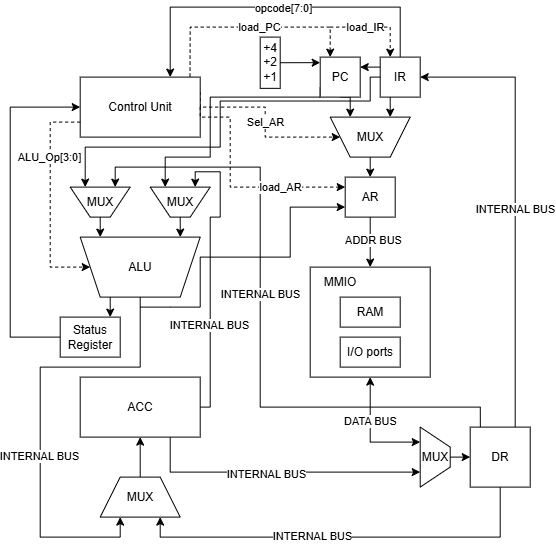
The draw.io diagram схема_acc32_neumann.drawio.png in AlenaLuzhetskaia/Computer-Architecture, before a commit. Source tidied: cells renumbered, new cells last; positions are measured from the earlier drawing's top-left corner, leaving out a move shared by most shapes.
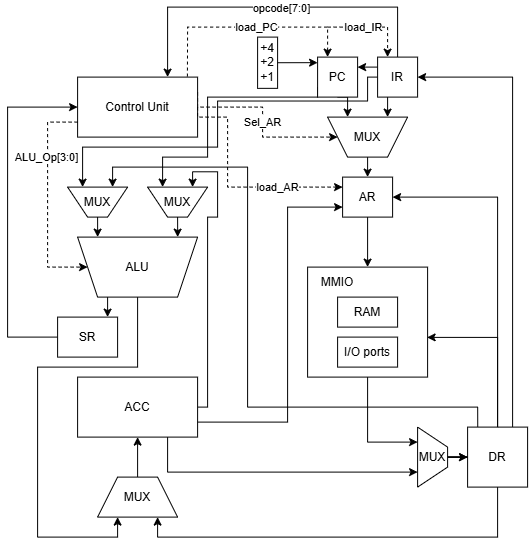
Above is the later version.

Change to the diagram source:
```diff
@@ -17,12 +17,12 @@
         </Array>
       </mxGeometry>
     </mxCell>
-    <mxCell id="4" value="INTERNAL BUS" style="edgeLabel;html=1;align=center;verticalAlign=middle;" parent="3" vertex="1">
-      <mxGeometry x="0.18" y="-1" relative="1" as="geometry" />
-    </mxCell>
     <mxCell id="5" value="ALU" style="shape=trapezoid;perimeter=trapezoidPerimeter;whiteSpace=wrap;html=1;fixedSize=1;direction=west;" parent="1" vertex="1">
       <mxGeometry x="70" y="230" width="120" height="60" as="geometry" />
     </mxCell>
+    <mxCell id="62" style="edgeStyle=orthogonalEdgeStyle;rounded=0;jettySize=auto;html=1;entryX=0.25;entryY=1;entryDx=0;entryDy=0;" parent="1" edge="1" source="6" target="54">
+      <mxGeometry relative="1" as="geometry" />
+    </mxCell>
     <mxCell id="6" style="rounded=0;whiteSpace=wrap;html=1;labelPosition=right;verticalLabelPosition=top;align=left;verticalAlign=bottom;" parent="1" vertex="1">
       <mxGeometry x="300" y="260" width="120" height="110" as="geometry" />
     </mxCell>
@@ -37,15 +37,17 @@
         </Array>
       </mxGeometry>
     </mxCell>
-    <mxCell id="8" value="INTERNAL BUS" style="edgeLabel;html=1;align=center;verticalAlign=middle;" parent="7" vertex="1">
-      <mxGeometry x="-0.38" y="1" relative="1" as="geometry" />
-    </mxCell>
     <mxCell id="9" style="edgeStyle=orthogonalEdgeStyle;rounded=0;jettySize=auto;html=1;exitX=0.75;exitY=1;exitDx=0;exitDy=0;entryX=0.75;entryY=1;entryDx=0;entryDy=0;" parent="1" edge="1" source="11" target="54">
       <mxGeometry relative="1" as="geometry" />
     </mxCell>
-    <mxCell id="10" value="INTERNAL BUS" style="edgeLabel;html=1;align=center;verticalAlign=middle;" parent="9" vertex="1">
-      <mxGeometry x="-0.08" y="-2" relative="1" as="geometry" />
-    </mxCell>
+    <mxCell id="63" style="edgeStyle=orthogonalEdgeStyle;rounded=0;jettySize=auto;html=1;exitX=1;exitY=0.75;exitDx=0;exitDy=0;entryX=0;entryY=0.75;entryDx=0;entryDy=0;" parent="1" edge="1" source="11" target="25">
+      <mxGeometry relative="1" as="geometry">
+        <Array as="points">
+          <mxPoint x="280" y="415" />
+          <mxPoint x="280" y="200" />
+        </Array>
+      </mxGeometry>
+    </mxCell>
     <mxCell id="11" value="ACC" style="rounded=0;whiteSpace=wrap;html=1;" parent="1" vertex="1">
       <mxGeometry x="70" y="370" width="120" height="60" as="geometry" />
     </mxCell>
@@ -105,37 +107,28 @@
     <mxCell id="23" style="edgeStyle=orthogonalEdgeStyle;rounded=0;jettySize=auto;html=1;exitX=0.5;exitY=1;exitDx=0;exitDy=0;entryX=0.5;entryY=0;entryDx=0;entryDy=0;" parent="1" edge="1" source="25" target="6">
       <mxGeometry relative="1" as="geometry" />
     </mxCell>
-    <mxCell id="24" value="ADDR BUS" style="edgeLabel;html=1;align=center;verticalAlign=middle;" parent="23" vertex="1">
-      <mxGeometry x="-0.07" y="3" relative="1" as="geometry" />
-    </mxCell>
     <mxCell id="25" value="AR" style="rounded=0;whiteSpace=wrap;html=1;" parent="1" vertex="1">
       <mxGeometry x="335" y="170" width="50" height="40" as="geometry" />
     </mxCell>
     <mxCell id="26" style="edgeStyle=orthogonalEdgeStyle;rounded=0;jettySize=auto;html=1;exitX=0.75;exitY=0;exitDx=0;exitDy=0;entryX=1;entryY=0.5;entryDx=0;entryDy=0;" parent="1" edge="1" source="32" target="17">
       <mxGeometry relative="1" as="geometry" />
     </mxCell>
-    <mxCell id="27" value="INTERNAL BUS" style="edgeLabel;html=1;align=center;verticalAlign=middle;" parent="26" vertex="1">
-      <mxGeometry x="-0.02" relative="1" as="geometry" />
-    </mxCell>
     <mxCell id="28" style="edgeStyle=orthogonalEdgeStyle;rounded=0;jettySize=auto;html=1;exitX=0.5;exitY=1;exitDx=0;exitDy=0;entryX=0.75;entryY=1;entryDx=0;entryDy=0;" parent="1" edge="1" source="32" target="34">
       <mxGeometry relative="1" as="geometry" />
     </mxCell>
-    <mxCell id="29" value="INTERNAL BUS" style="edgeLabel;html=1;align=center;verticalAlign=middle;" parent="28" vertex="1">
-      <mxGeometry x="0.16" y="-1" relative="1" as="geometry" />
-    </mxCell>
     <mxCell id="30" style="edgeStyle=orthogonalEdgeStyle;rounded=0;jettySize=auto;html=1;exitX=0.169;exitY=0.001;exitDx=0;exitDy=0;entryX=0.25;entryY=1;entryDx=0;entryDy=0;exitPerimeter=0;" parent="1" edge="1" source="32" target="52">
       <mxGeometry relative="1" as="geometry">
         <Array as="points">
           <mxPoint x="470.1" y="400" />
-          <mxPoint x="250" y="400" />
-          <mxPoint x="250" y="160" />
+          <mxPoint x="240" y="400" />
+          <mxPoint x="240" y="160" />
           <mxPoint x="105" y="160" />
         </Array>
       </mxGeometry>
     </mxCell>
-    <mxCell id="31" value="INTERNAL BUS" style="edgeLabel;html=1;align=center;verticalAlign=middle;" parent="30" vertex="1">
-      <mxGeometry x="0.09" relative="1" as="geometry" />
-    </mxCell>
+    <mxCell id="64" style="edgeStyle=orthogonalEdgeStyle;rounded=0;jettySize=auto;html=1;exitX=0.5;exitY=0;exitDx=0;exitDy=0;entryX=1;entryY=0.5;entryDx=0;entryDy=0;" parent="1" edge="1" source="32" target="25">
+      <mxGeometry relative="1" as="geometry" />
+    </mxCell>
     <mxCell id="32" value="DR" style="rounded=0;whiteSpace=wrap;html=1;" parent="1" vertex="1">
       <mxGeometry x="460" y="420" width="60" height="60" as="geometry" />
     </mxCell>
@@ -218,7 +211,7 @@
         </Array>
       </mxGeometry>
     </mxCell>
-    <mxCell id="48" value="Status&lt;div&gt;Register&lt;/div&gt;" style="rounded=0;whiteSpace=wrap;html=1;" parent="1" vertex="1">
+    <mxCell id="48" value="SR" style="rounded=0;whiteSpace=wrap;html=1;" parent="1" vertex="1">
       <mxGeometry x="50" y="310" width="60" height="40" as="geometry" />
     </mxCell>
     <mxCell id="49" value="MMIO" style="text;html=1;whiteSpace=wrap;strokeColor=none;fillColor=none;align=center;verticalAlign=middle;rounded=0;" parent="1" vertex="1">
@@ -236,19 +229,12 @@
     <mxCell id="53" style="edgeStyle=orthogonalEdgeStyle;rounded=0;jettySize=auto;html=1;exitX=0.5;exitY=0;exitDx=0;exitDy=0;entryX=0;entryY=0.5;entryDx=0;entryDy=0;" parent="1" edge="1" source="54" target="32">
       <mxGeometry relative="1" as="geometry" />
     </mxCell>
+    <mxCell id="65" style="edgeStyle=orthogonalEdgeStyle;rounded=0;jettySize=auto;html=1;" parent="1" edge="1" source="54" target="32">
+      <mxGeometry relative="1" as="geometry" />
+    </mxCell>
     <mxCell id="54" value="MUX" style="shape=trapezoid;perimeter=trapezoidPerimeter;whiteSpace=wrap;html=1;fixedSize=1;direction=south;" parent="1" vertex="1">
       <mxGeometry x="410" y="420" width="30" height="60" as="geometry" />
     </mxCell>
-    <mxCell id="55" style="endArrow=classic;startArrow=classic;html=1;rounded=0;entryX=0.5;entryY=1;entryDx=0;entryDy=0;exitX=0.25;exitY=1;exitDx=0;exitDy=0;" parent="1" edge="1" source="54" target="6">
-      <mxGeometry relative="1" as="geometry">
-        <Array as="points">
-          <mxPoint x="360" y="435" />
-        </Array>
-      </mxGeometry>
-    </mxCell>
-    <mxCell id="56" value="DATA BUS" style="edgeLabel;html=1;align=center;verticalAlign=middle;" parent="55" vertex="1">
-      <mxGeometry x="0.23" relative="1" as="geometry" />
-    </mxCell>
     <mxCell id="57" value="MUX" style="shape=trapezoid;perimeter=trapezoidPerimeter;whiteSpace=wrap;html=1;fixedSize=1;direction=west;" parent="1" vertex="1">
       <mxGeometry x="140" y="180" width="60" height="30" as="geometry" />
     </mxCell>
@@ -261,17 +247,12 @@
     <mxCell id="60" style="edgeStyle=orthogonalEdgeStyle;rounded=0;jettySize=auto;html=1;exitX=1;exitY=0.5;exitDx=0;exitDy=0;entryX=0;entryY=0.139;entryDx=0;entryDy=0;entryPerimeter=0;" parent="1" edge="1" source="38" target="20">
       <mxGeometry relative="1" as="geometry" />
     </mxCell>
-    <mxCell id="61" style="endArrow=classic;html=1;rounded=0;entryX=0;entryY=0.75;entryDx=0;entryDy=0;" parent="1" edge="1" target="25">
-      <mxGeometry relative="1" as="geometry">
-        <mxPoint x="130" y="300" as="sourcePoint" />
-        <Array as="points">
-          <mxPoint x="160" y="300" />
-          <mxPoint x="190" y="300" />
-          <mxPoint x="190" y="250" />
-          <mxPoint x="280" y="250" />
-          <mxPoint x="280" y="200" />
-        </Array>
-      </mxGeometry>
-    </mxCell>
+    <mxCell id="66" style="edgeStyle=orthogonalEdgeStyle;rounded=0;jettySize=auto;html=1;entryX=0.996;entryY=0.639;entryDx=0;entryDy=0;entryPerimeter=0;" parent="1" edge="1" source="32" target="6">
+      <mxGeometry relative="1" as="geometry">
+        <Array as="points">
+          <mxPoint x="490" y="330.3" />
+        </Array>
+      </mxGeometry>
+    </mxCell>
   </root>
 </mxGraphModel>
```
